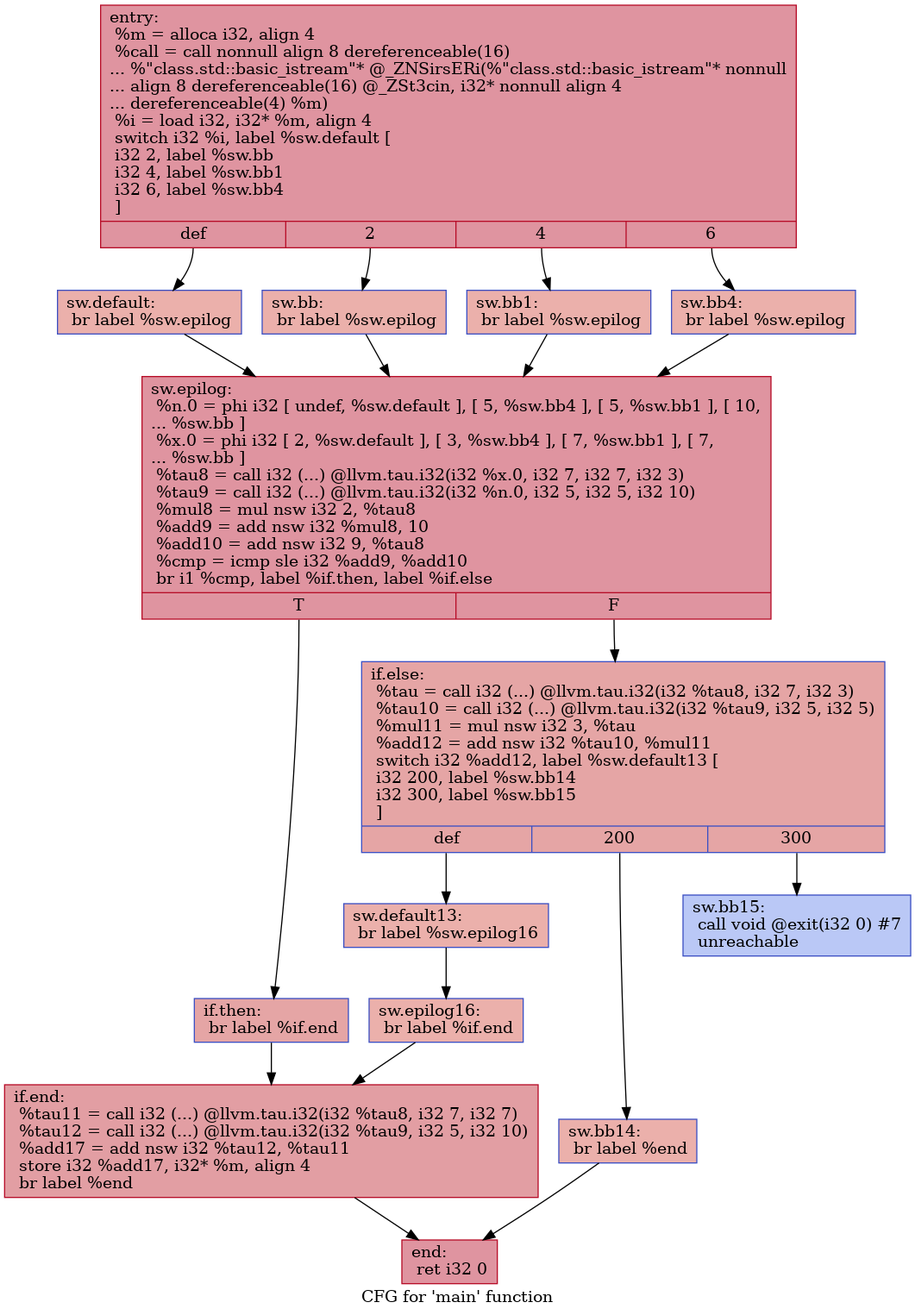
The Graphviz diagram IR/cfg/SCCP_HPSSA.dot.png in HPSSA-LLVM/HPSSA-LLVM, before a commit. Its source is kept beside it as IR/cfg/SCCP_HPSSA.dot.
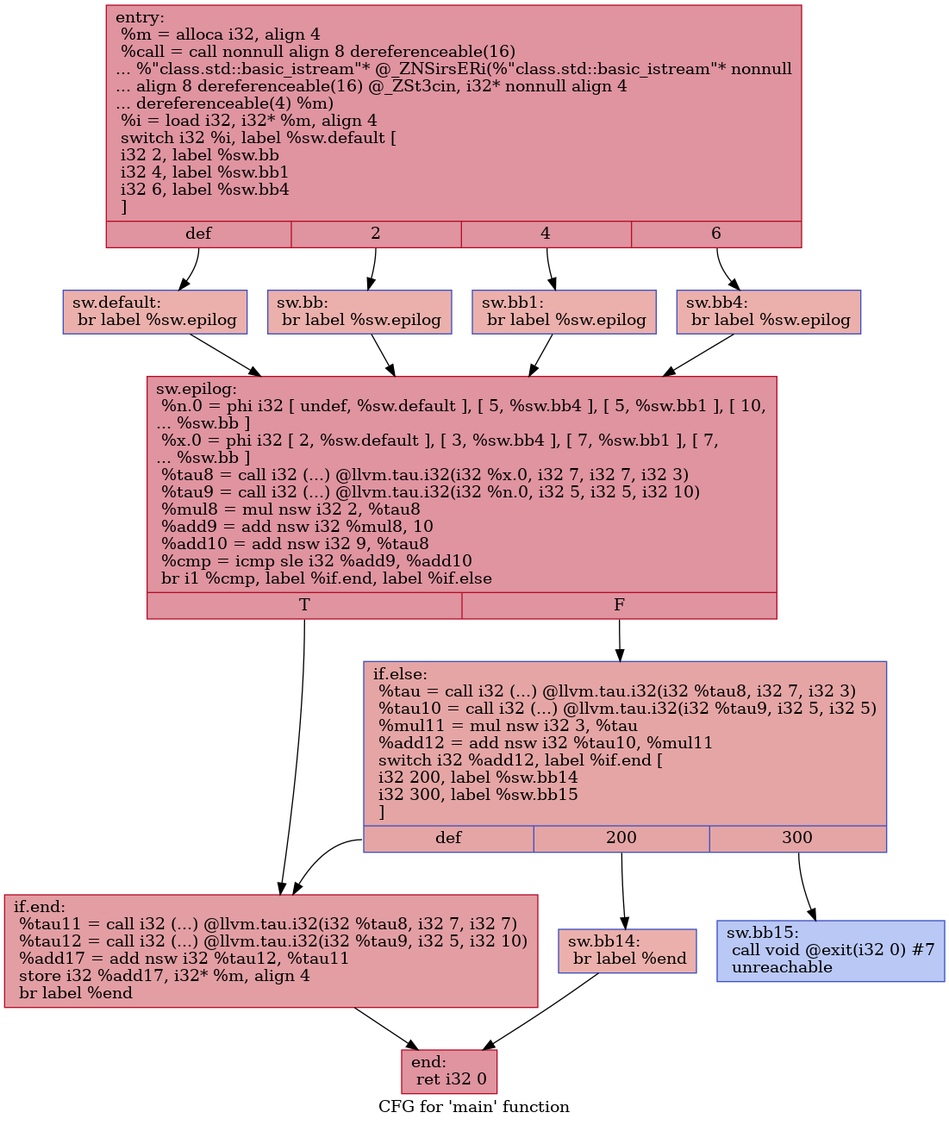
The same diagram one commit later.

What changed in the source:
```diff
@@ -1,36 +1,30 @@
 digraph "CFG for 'main' function" {
 	label="CFG for 'main' function";
 
-	Node0x55d9d6692d10 [shape=record,color="#b70d28ff", style=filled, fillcolor="#b70d2870",label="{entry:\l  %m = alloca i32, align 4\l  %call = call nonnull align 8 dereferenceable(16)\l... %\"class.std::basic_istream\"* @_ZNSirsERi(%\"class.std::basic_istream\"* nonnull\l... align 8 dereferenceable(16) @_ZSt3cin, i32* nonnull align 4\l... dereferenceable(4) %m)\l  %i = load i32, i32* %m, align 4\l  switch i32 %i, label %sw.default [\l    i32 2, label %sw.bb\l    i32 4, label %sw.bb1\l    i32 6, label %sw.bb4\l  ]\l|{<s0>def|<s1>2|<s2>4|<s3>6}}"];
-	Node0x55d9d6692d10:s0 -> Node0x55d9d6693180;
-	Node0x55d9d6692d10:s1 -> Node0x55d9d6693290;
-	Node0x55d9d6692d10:s2 -> Node0x55d9d6693390;
-	Node0x55d9d6692d10:s3 -> Node0x55d9d6693490;
-	Node0x55d9d6693290 [shape=record,color="#3d50c3ff", style=filled, fillcolor="#d24b4070",label="{sw.bb:                                            \l  br label %sw.epilog\l}"];
-	Node0x55d9d6693290 -> Node0x55d9d66935b0;
-	Node0x55d9d6693390 [shape=record,color="#3d50c3ff", style=filled, fillcolor="#d24b4070",label="{sw.bb1:                                           \l  br label %sw.epilog\l}"];
-	Node0x55d9d6693390 -> Node0x55d9d66935b0;
-	Node0x55d9d6693490 [shape=record,color="#3d50c3ff", style=filled, fillcolor="#d24b4070",label="{sw.bb4:                                           \l  br label %sw.epilog\l}"];
-	Node0x55d9d6693490 -> Node0x55d9d66935b0;
-	Node0x55d9d6693180 [shape=record,color="#3d50c3ff", style=filled, fillcolor="#d24b4070",label="{sw.default:                                       \l  br label %sw.epilog\l}"];
-	Node0x55d9d6693180 -> Node0x55d9d66935b0;
-	Node0x55d9d66935b0 [shape=record,color="#b70d28ff", style=filled, fillcolor="#b70d2870",label="{sw.epilog:                                        \l  %n.0 = phi i32 [ undef, %sw.default ], [ 5, %sw.bb4 ], [ 5, %sw.bb1 ], [ 10,\l... %sw.bb ]\l  %x.0 = phi i32 [ 2, %sw.default ], [ 3, %sw.bb4 ], [ 7, %sw.bb1 ], [ 7,\l... %sw.bb ]\l  %tau8 = call i32 (...) @llvm.tau.i32(i32 %x.0, i32 7, i32 7, i32 3)\l  %tau9 = call i32 (...) @llvm.tau.i32(i32 %n.0, i32 5, i32 5, i32 10)\l  %mul8 = mul nsw i32 2, %tau8\l  %add9 = add nsw i32 %mul8, 10\l  %add10 = add nsw i32 9, %tau8\l  %cmp = icmp sle i32 %add9, %add10\l  br i1 %cmp, label %if.then, label %if.else\l|{<s0>T|<s1>F}}"];
-	Node0x55d9d66935b0:s0 -> Node0x55d9d6694780;
-	Node0x55d9d66935b0:s1 -> Node0x55d9d66947f0;
-	Node0x55d9d6694780 [shape=record,color="#3d50c3ff", style=filled, fillcolor="#c5333470",label="{if.then:                                          \l  br label %if.end\l}"];
-	Node0x55d9d6694780 -> Node0x55d9d6694910;
-	Node0x55d9d66947f0 [shape=record,color="#3d50c3ff", style=filled, fillcolor="#c5333470",label="{if.else:                                          \l  %tau = call i32 (...) @llvm.tau.i32(i32 %tau8, i32 7, i32 3)\l  %tau10 = call i32 (...) @llvm.tau.i32(i32 %tau9, i32 5, i32 5)\l  %mul11 = mul nsw i32 3, %tau\l  %add12 = add nsw i32 %tau10, %mul11\l  switch i32 %add12, label %sw.default13 [\l    i32 200, label %sw.bb14\l    i32 300, label %sw.bb15\l  ]\l|{<s0>def|<s1>200|<s2>300}}"];
-	Node0x55d9d66947f0:s0 -> Node0x55d9d6694c30;
-	Node0x55d9d66947f0:s1 -> Node0x55d9d6695000;
-	Node0x55d9d66947f0:s2 -> Node0x55d9d6695100;
-	Node0x55d9d6694c30 [shape=record,color="#3d50c3ff", style=filled, fillcolor="#d24b4070",label="{sw.default13:                                     \l  br label %sw.epilog16\l}"];
-	Node0x55d9d6694c30 -> Node0x55d9d66952f0;
-	Node0x55d9d6695000 [shape=record,color="#3d50c3ff", style=filled, fillcolor="#d24b4070",label="{sw.bb14:                                          \l  br label %end\l}"];
-	Node0x55d9d6695000 -> Node0x55d9d66953e0;
-	Node0x55d9d6695100 [shape=record,color="#3d50c3ff", style=filled, fillcolor="#6282ea70",label="{sw.bb15:                                          \l  call void @exit(i32 0) #7\l  unreachable\l}"];
-	Node0x55d9d66952f0 [shape=record,color="#3d50c3ff", style=filled, fillcolor="#d24b4070",label="{sw.epilog16:                                      \l  br label %if.end\l}"];
-	Node0x55d9d66952f0 -> Node0x55d9d6694910;
-	Node0x55d9d6694910 [shape=record,color="#b70d28ff", style=filled, fillcolor="#be242e70",label="{if.end:                                           \l  %tau11 = call i32 (...) @llvm.tau.i32(i32 %tau8, i32 7, i32 7)\l  %tau12 = call i32 (...) @llvm.tau.i32(i32 %tau9, i32 5, i32 10)\l  %add17 = add nsw i32 %tau12, %tau11\l  store i32 %add17, i32* %m, align 4\l  br label %end\l}"];
-	Node0x55d9d6694910 -> Node0x55d9d66953e0;
-	Node0x55d9d66953e0 [shape=record,color="#b70d28ff", style=filled, fillcolor="#b70d2870",label="{end:                                              \l  ret i32 0\l}"];
+	Node0x5634161890c0 [shape=record,color="#b70d28ff", style=filled, fillcolor="#b70d2870",label="{entry:\l  %m = alloca i32, align 4\l  %call = call nonnull align 8 dereferenceable(16)\l... %\"class.std::basic_istream\"* @_ZNSirsERi(%\"class.std::basic_istream\"* nonnull\l... align 8 dereferenceable(16) @_ZSt3cin, i32* nonnull align 4\l... dereferenceable(4) %m)\l  %i = load i32, i32* %m, align 4\l  switch i32 %i, label %sw.default [\l    i32 2, label %sw.bb\l    i32 4, label %sw.bb1\l    i32 6, label %sw.bb4\l  ]\l|{<s0>def|<s1>2|<s2>4|<s3>6}}"];
+	Node0x5634161890c0:s0 -> Node0x563416189500;
+	Node0x5634161890c0:s1 -> Node0x563416189610;
+	Node0x5634161890c0:s2 -> Node0x563416189710;
+	Node0x5634161890c0:s3 -> Node0x563416189810;
+	Node0x563416189610 [shape=record,color="#3d50c3ff", style=filled, fillcolor="#d24b4070",label="{sw.bb:                                            \l  br label %sw.epilog\l}"];
+	Node0x563416189610 -> Node0x563416189930;
+	Node0x563416189710 [shape=record,color="#3d50c3ff", style=filled, fillcolor="#d24b4070",label="{sw.bb1:                                           \l  br label %sw.epilog\l}"];
+	Node0x563416189710 -> Node0x563416189930;
+	Node0x563416189810 [shape=record,color="#3d50c3ff", style=filled, fillcolor="#d24b4070",label="{sw.bb4:                                           \l  br label %sw.epilog\l}"];
+	Node0x563416189810 -> Node0x563416189930;
+	Node0x563416189500 [shape=record,color="#3d50c3ff", style=filled, fillcolor="#d24b4070",label="{sw.default:                                       \l  br label %sw.epilog\l}"];
+	Node0x563416189500 -> Node0x563416189930;
+	Node0x563416189930 [shape=record,color="#b70d28ff", style=filled, fillcolor="#b70d2870",label="{sw.epilog:                                        \l  %n.0 = phi i32 [ undef, %sw.default ], [ 5, %sw.bb4 ], [ 5, %sw.bb1 ], [ 10,\l... %sw.bb ]\l  %x.0 = phi i32 [ 2, %sw.default ], [ 3, %sw.bb4 ], [ 7, %sw.bb1 ], [ 7,\l... %sw.bb ]\l  %tau8 = call i32 (...) @llvm.tau.i32(i32 %x.0, i32 7, i32 7, i32 3)\l  %tau9 = call i32 (...) @llvm.tau.i32(i32 %n.0, i32 5, i32 5, i32 10)\l  %mul8 = mul nsw i32 2, %tau8\l  %add9 = add nsw i32 %mul8, 10\l  %add10 = add nsw i32 9, %tau8\l  %cmp = icmp sle i32 %add9, %add10\l  br i1 %cmp, label %if.end, label %if.else\l|{<s0>T|<s1>F}}"];
+	Node0x563416189930:s0 -> Node0x56341618aad0;
+	Node0x563416189930:s1 -> Node0x56341618ab40;
+	Node0x56341618ab40 [shape=record,color="#3d50c3ff", style=filled, fillcolor="#c5333470",label="{if.else:                                          \l  %tau = call i32 (...) @llvm.tau.i32(i32 %tau8, i32 7, i32 3)\l  %tau10 = call i32 (...) @llvm.tau.i32(i32 %tau9, i32 5, i32 5)\l  %mul11 = mul nsw i32 3, %tau\l  %add12 = add nsw i32 %tau10, %mul11\l  switch i32 %add12, label %if.end [\l    i32 200, label %sw.bb14\l    i32 300, label %sw.bb15\l  ]\l|{<s0>def|<s1>200|<s2>300}}"];
+	Node0x56341618ab40:s0 -> Node0x56341618aad0;
+	Node0x56341618ab40:s1 -> Node0x56341618aed0;
+	Node0x56341618ab40:s2 -> Node0x56341618af70;
+	Node0x56341618aed0 [shape=record,color="#3d50c3ff", style=filled, fillcolor="#d24b4070",label="{sw.bb14:                                          \l  br label %end\l}"];
+	Node0x56341618aed0 -> Node0x56341618b420;
+	Node0x56341618af70 [shape=record,color="#3d50c3ff", style=filled, fillcolor="#6282ea70",label="{sw.bb15:                                          \l  call void @exit(i32 0) #7\l  unreachable\l}"];
+	Node0x56341618aad0 [shape=record,color="#b70d28ff", style=filled, fillcolor="#be242e70",label="{if.end:                                           \l  %tau11 = call i32 (...) @llvm.tau.i32(i32 %tau8, i32 7, i32 7)\l  %tau12 = call i32 (...) @llvm.tau.i32(i32 %tau9, i32 5, i32 10)\l  %add17 = add nsw i32 %tau12, %tau11\l  store i32 %add17, i32* %m, align 4\l  br label %end\l}"];
+	Node0x56341618aad0 -> Node0x56341618b420;
+	Node0x56341618b420 [shape=record,color="#b70d28ff", style=filled, fillcolor="#b70d2870",label="{end:                                              \l  ret i32 0\l}"];
 }
```
